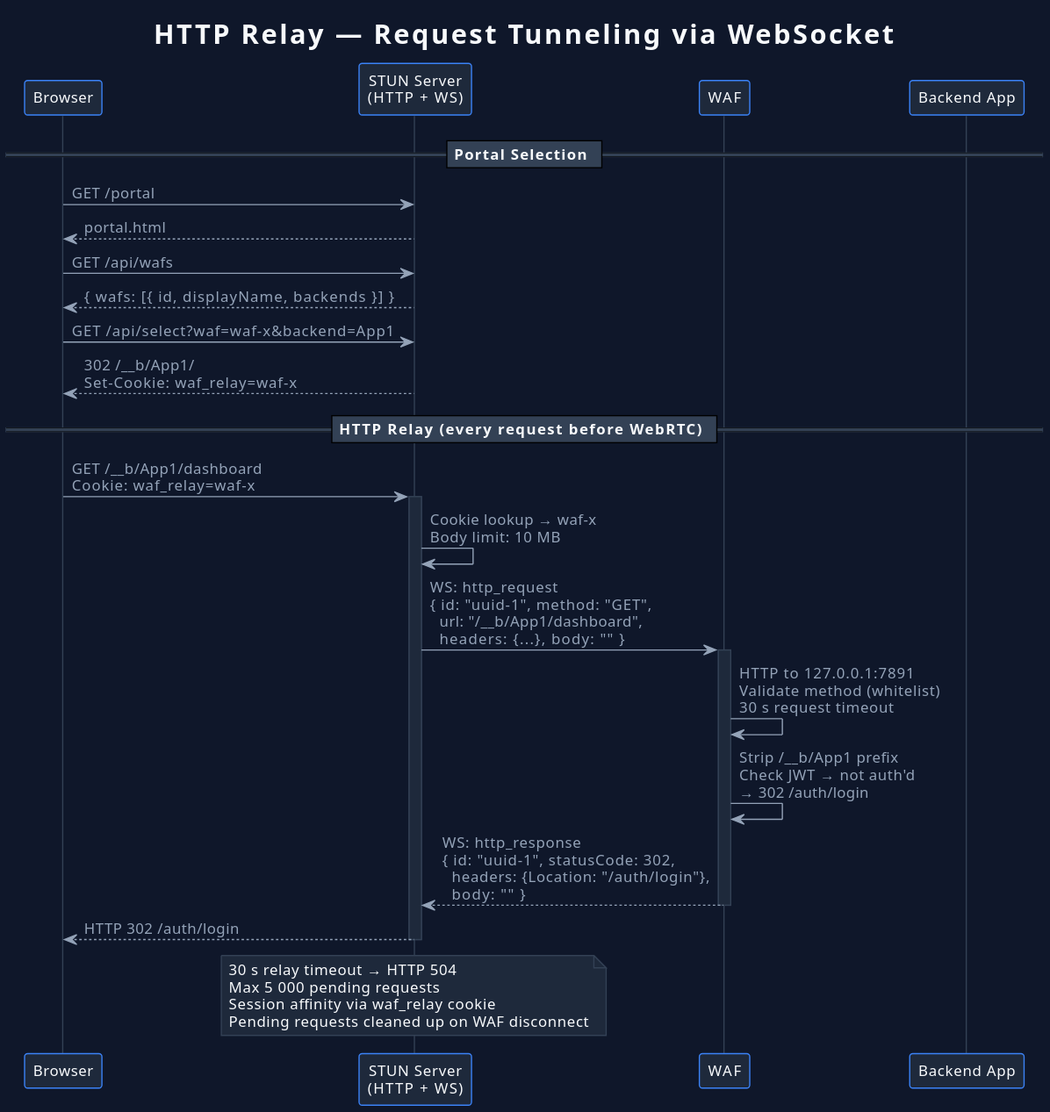
Above: bridges/punchd-bridge/docs/diagrams/http-relay.svg in tide-foundation/keylessh-m2 (PlantUML), before the change. Source of this version:
```plantuml
@startuml
!theme plain
title HTTP Relay — Request Tunneling via WebSocket

skinparam {
  backgroundColor #0f172a
  defaultFontColor #f8fafc
  defaultFontName "Segoe UI"
  defaultFontSize 12
  SequenceLifeLineBorderColor #334155
  SequenceLifeLineBackgroundColor #1e293b
  ParticipantBackgroundColor #1e293b
  ParticipantBorderColor #3b82f6
  ParticipantFontColor #f8fafc
  ArrowColor #94a3b8
  ArrowFontColor #94a3b8
  NoteBackgroundColor #1e293b
  NoteBorderColor #334155
  NoteFontColor #f8fafc
  SequenceGroupBackgroundColor #1e293b
  SequenceGroupBorderColor #334155
  SequenceDividerBackgroundColor #334155
  SequenceDividerFontColor #f8fafc
}

participant "Browser" as browser #1e293b
participant "STUN Server\n(HTTP + WS)" as stun #1e293b
participant "WAF" as waf #1e293b
participant "Backend App" as backend #1e293b

== Portal Selection ==

browser -> stun : GET /portal
stun --> browser : portal.html

browser -> stun : GET /api/wafs
stun --> browser : { wafs: [{ id, displayName, backends }] }

browser -> stun : GET /api/select?waf=waf-x&backend=App1
stun --> browser : 302 /__b/App1/\nSet-Cookie: waf_relay=waf-x

== HTTP Relay (every request before WebRTC) ==

browser -> stun : GET /__b/App1/dashboard\nCookie: waf_relay=waf-x
activate stun

stun -> stun : Cookie lookup → waf-x\nBody limit: 10 MB

stun -> waf : WS: http_request\n{ id: "uuid-1", method: "GET",\n  url: "/__b/App1/dashboard",\n  headers: {...}, body: "" }
activate waf

waf -> waf : HTTP to 127.0.0.1:7891\nValidate method (whitelist)\n30 s request timeout

waf -> waf : Strip /__b/App1 prefix\nCheck JWT → not auth'd\n→ 302 /auth/login

waf --> stun : WS: http_response\n{ id: "uuid-1", statusCode: 302,\n  headers: {Location: "/auth/login"},\n  body: "" }
deactivate waf

stun --> browser : HTTP 302 /auth/login
deactivate stun

note over stun
  30 s relay timeout → HTTP 504
  Max 5 000 pending requests
  Session affinity via waf_relay cookie
  Pending requests cleaned up on WAF disconnect
end note
@enduml
```
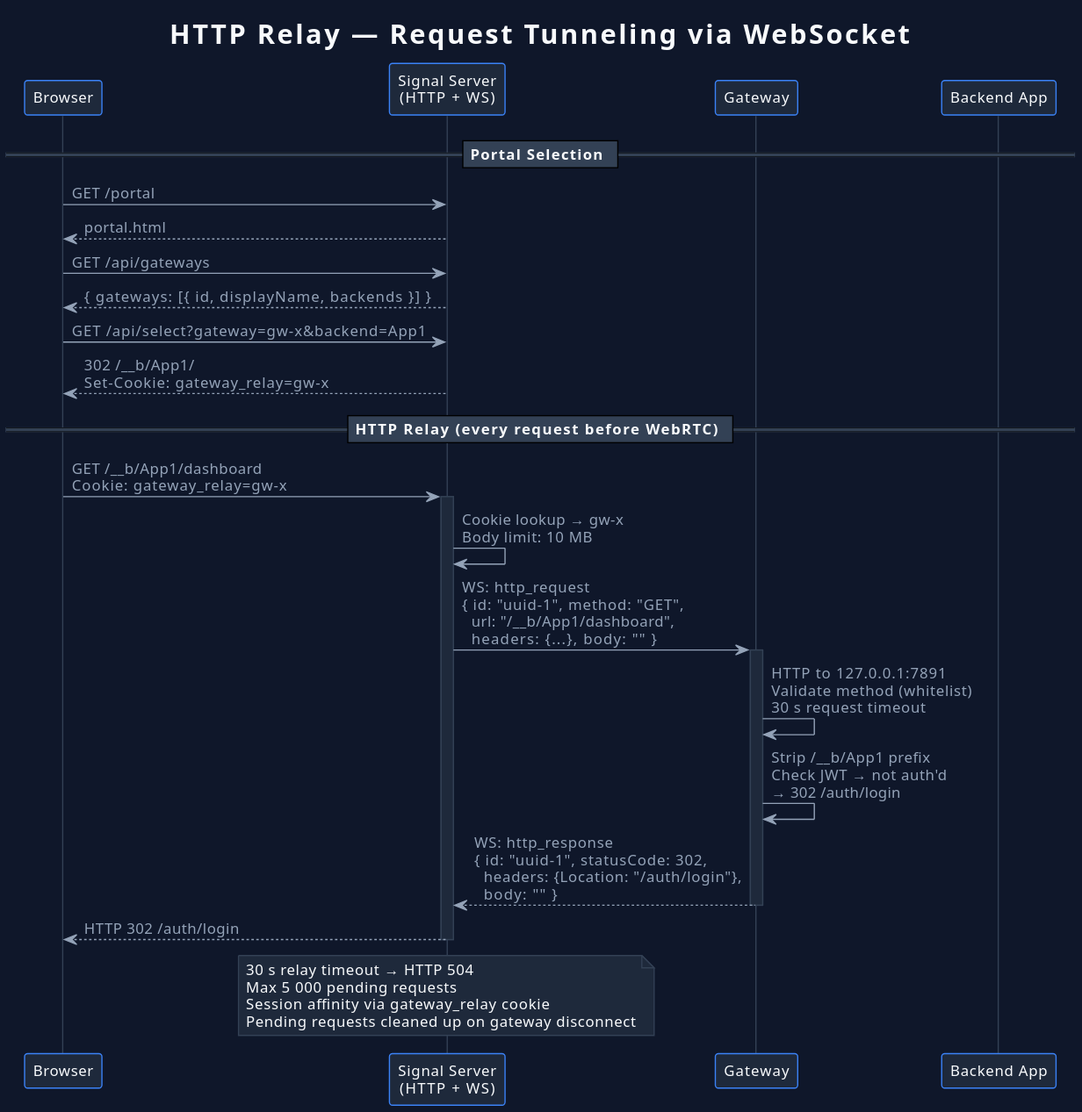
The same diagram one commit later.

The edit, as a diff of the source:
```diff
@@ -24,8 +24,8 @@
 }
 
 participant "Browser" as browser #1e293b
-participant "STUN Server\n(HTTP + WS)" as stun #1e293b
-participant "WAF" as waf #1e293b
+participant "Signal Server\n(HTTP + WS)" as stun #1e293b
+participant "Gateway" as gw #1e293b
 participant "Backend App" as backend #1e293b
 
 == Portal Selection ==
@@ -33,28 +33,28 @@
 browser -> stun : GET /portal
 stun --> browser : portal.html
 
-browser -> stun : GET /api/wafs
-stun --> browser : { wafs: [{ id, displayName, backends }] }
+browser -> stun : GET /api/gateways
+stun --> browser : { gateways: [{ id, displayName, backends }] }
 
-browser -> stun : GET /api/select?waf=waf-x&backend=App1
-stun --> browser : 302 /__b/App1/\nSet-Cookie: waf_relay=waf-x
+browser -> stun : GET /api/select?gateway=gw-x&backend=App1
+stun --> browser : 302 /__b/App1/\nSet-Cookie: gateway_relay=gw-x
 
 == HTTP Relay (every request before WebRTC) ==
 
-browser -> stun : GET /__b/App1/dashboard\nCookie: waf_relay=waf-x
+browser -> stun : GET /__b/App1/dashboard\nCookie: gateway_relay=gw-x
 activate stun
 
-stun -> stun : Cookie lookup → waf-x\nBody limit: 10 MB
+stun -> stun : Cookie lookup → gw-x\nBody limit: 10 MB
 
-stun -> waf : WS: http_request\n{ id: "uuid-1", method: "GET",\n  url: "/__b/App1/dashboard",\n  headers: {...}, body: "" }
-activate waf
+stun -> gw : WS: http_request\n{ id: "uuid-1", method: "GET",\n  url: "/__b/App1/dashboard",\n  headers: {...}, body: "" }
+activate gw
 
-waf -> waf : HTTP to 127.0.0.1:7891\nValidate method (whitelist)\n30 s request timeout
+gw -> gw : HTTP to 127.0.0.1:7891\nValidate method (whitelist)\n30 s request timeout
 
-waf -> waf : Strip /__b/App1 prefix\nCheck JWT → not auth'd\n→ 302 /auth/login
+gw -> gw : Strip /__b/App1 prefix\nCheck JWT → not auth'd\n→ 302 /auth/login
 
-waf --> stun : WS: http_response\n{ id: "uuid-1", statusCode: 302,\n  headers: {Location: "/auth/login"},\n  body: "" }
-deactivate waf
+gw --> stun : WS: http_response\n{ id: "uuid-1", statusCode: 302,\n  headers: {Location: "/auth/login"},\n  body: "" }
+deactivate gw
 
 stun --> browser : HTTP 302 /auth/login
 deactivate stun
@@ -62,7 +62,7 @@
 note over stun
   30 s relay timeout → HTTP 504
   Max 5 000 pending requests
-  Session affinity via waf_relay cookie
-  Pending requests cleaned up on WAF disconnect
+  Session affinity via gateway_relay cookie
+  Pending requests cleaned up on gateway disconnect
 end note
 @enduml
```
